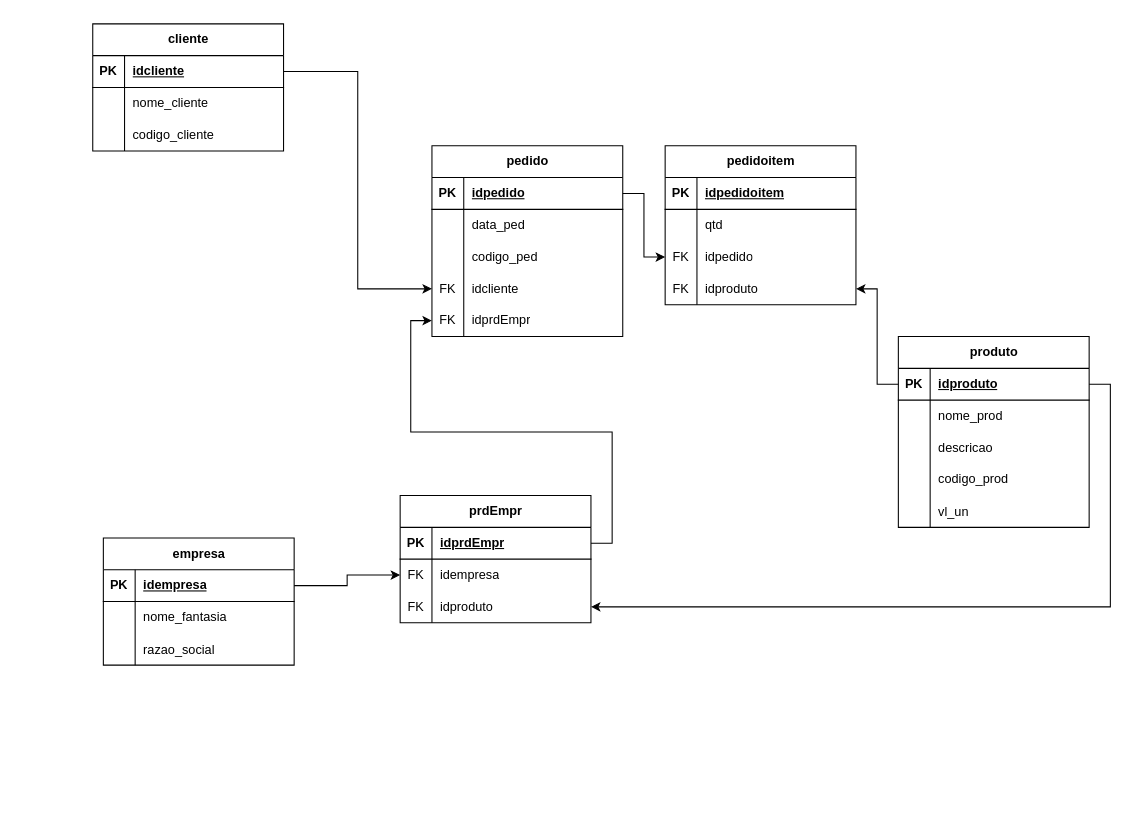
The draw.io diagram ProjetoPooGrupo3/DER BD.drawio in Monerat/SerraTec-POO-Grupo3, before the edit. Source tidied: cells renumbered, new cells numbered last; positions are measured from the earlier drawing's top-left corner, leaving out a move shared by most shapes. Both pictures are drawn from the tidied source at 106%, with x=0, y=0 at pixel (92, 23).
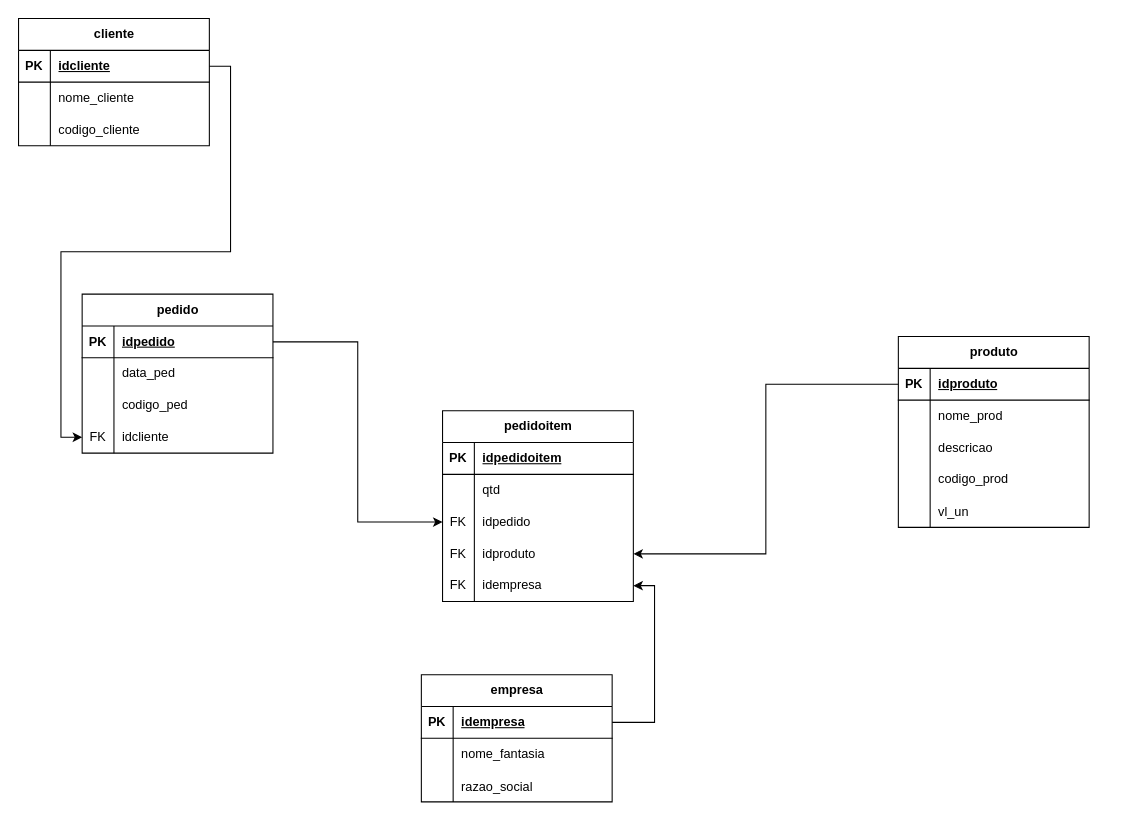
After the change.

Commit message (it also covers changes not shown here):
alterando a modelagem

The change refers to these unchanged cells:
```xml
<mxCell id="13" style="shape=tableRow;horizontal=0;startSize=0;swimlaneHead=0;swimlaneBody=0;fillColor=none;points=[[0,0.5],[1,0.5]];portConstraint=eastwest;top=0;left=0;right=0;bottom=1;" parent="12" vertex="1">
  <mxGeometry y="30" width="180" height="30" as="geometry" />
</mxCell>
<mxCell id="61" style="shape=tableRow;horizontal=0;startSize=0;swimlaneHead=0;swimlaneBody=0;fillColor=none;points=[[0,0.5],[1,0.5]];portConstraint=eastwest;top=0;left=0;right=0;bottom=1;" parent="60" vertex="1">
  <mxGeometry y="30" width="180" height="30" as="geometry" />
</mxCell>
```

Diff of the diagram source:
```diff
@@
     <mxCell id="2" value="cliente" style="shape=table;startSize=30;childLayout=tableLayout;rowLines=0;fontStyle=1;align=center;html=1;" parent="1" vertex="1">
-      <mxGeometry width="180" height="120" as="geometry" />
+      <mxGeometry x="-70" y="-5" width="180" height="120" as="geometry" />
     </mxCell>
@@
     <mxCell id="28" value="pedido" style="shape=table;startSize=30;childLayout=tableLayout;rowLines=0;fontStyle=1;align=center;html=1;" parent="1" vertex="1">
-      <mxGeometry x="320" y="115" width="180" height="180" as="geometry" />
+      <mxGeometry x="-10" y="255" width="180" height="150" as="geometry" />
     </mxCell>
@@
-    <mxCell id="41" style="shape=tableRow;horizontal=0;startSize=0;swimlaneHead=0;swimlaneBody=0;fillColor=none;points=[[0,0.5],[1,0.5]];portConstraint=eastwest;top=0;left=0;right=0;bottom=0;" parent="28" vertex="1">
-      <mxGeometry y="150" width="180" height="30" as="geometry" />
-    </mxCell>
-    <mxCell id="42" value="FK" style="shape=partialRectangle;fillColor=none;top=0;left=0;bottom=0;right=0;fontStyle=0;overflow=hidden;whiteSpace=wrap;html=1;" parent="41" vertex="1">
-      <mxGeometry width="30" height="30" as="geometry" />
-    </mxCell>
-    <mxCell id="43" value="idprdEmpr" style="shape=partialRectangle;fillColor=none;top=0;left=0;bottom=0;right=0;align=left;spacingLeft=6;fontStyle=0;overflow=hidden;whiteSpace=wrap;html=1;" parent="41" vertex="1">
-      <mxGeometry x="30" width="150" height="30" as="geometry" />
-    </mxCell>
     <mxCell id="44" value="pedidoitem" style="shape=table;startSize=30;childLayout=tableLayout;rowLines=0;fontStyle=1;align=center;html=1;" parent="1" vertex="1">
-      <mxGeometry x="540" y="115" width="180" height="150" as="geometry" />
+      <mxGeometry x="330" y="365" width="180" height="180" as="geometry" />
     </mxCell>
@@
+    <mxCell id="41" style="shape=tableRow;horizontal=0;startSize=0;swimlaneHead=0;swimlaneBody=0;fillColor=none;points=[[0,0.5],[1,0.5]];portConstraint=eastwest;top=0;left=0;right=0;bottom=0;" parent="44" vertex="1">
+      <mxGeometry y="150" width="180" height="30" as="geometry" />
+    </mxCell>
+    <mxCell id="83" value="FK" style="shape=partialRectangle;fillColor=none;top=0;left=0;bottom=0;right=0;fontStyle=0;overflow=hidden;whiteSpace=wrap;html=1;" parent="41" vertex="1">
+      <mxGeometry width="30" height="30" as="geometry" />
+    </mxCell>
+    <mxCell id="76" value="idempresa" style="shape=partialRectangle;fillColor=none;top=0;left=0;bottom=0;right=0;align=left;spacingLeft=6;fontStyle=0;overflow=hidden;whiteSpace=wrap;html=1;" parent="41" vertex="1">
+      <mxGeometry x="30" width="150" height="30" as="geometry" />
+    </mxCell>
@@
     <mxCell id="60" value="empresa" style="shape=table;startSize=30;childLayout=tableLayout;rowLines=0;fontStyle=1;align=center;html=1;" parent="1" vertex="1">
-      <mxGeometry x="10" y="485" width="180" height="120" as="geometry" />
+      <mxGeometry x="310" y="614" width="180" height="120" as="geometry" />
     </mxCell>
@@
-    <mxCell id="70" value="prdEmpr" style="shape=table;startSize=30;childLayout=tableLayout;rowLines=0;fontStyle=1;align=center;html=1;" parent="1" vertex="1">
-      <mxGeometry x="290" y="445" width="180" height="120" as="geometry" />
-    </mxCell>
-    <mxCell id="71" style="shape=tableRow;horizontal=0;startSize=0;swimlaneHead=0;swimlaneBody=0;fillColor=none;points=[[0,0.5],[1,0.5]];portConstraint=eastwest;top=0;left=0;right=0;bottom=1;" parent="70" vertex="1">
-      <mxGeometry y="30" width="180" height="30" as="geometry" />
-    </mxCell>
-    <mxCell id="72" value="PK" style="shape=partialRectangle;fillColor=none;top=0;left=0;bottom=0;right=0;fontStyle=1;overflow=hidden;whiteSpace=wrap;html=1;" parent="71" vertex="1">
-      <mxGeometry width="30" height="30" as="geometry" />
-    </mxCell>
-    <mxCell id="73" value="idprdEmpr" style="shape=partialRectangle;fillColor=none;top=0;left=0;bottom=0;right=0;align=left;spacingLeft=6;fontStyle=5;overflow=hidden;whiteSpace=wrap;html=1;" parent="71" vertex="1">
-      <mxGeometry x="30" width="150" height="30" as="geometry" />
-    </mxCell>
-    <mxCell id="74" style="shape=tableRow;horizontal=0;startSize=0;swimlaneHead=0;swimlaneBody=0;fillColor=none;points=[[0,0.5],[1,0.5]];portConstraint=eastwest;top=0;left=0;right=0;bottom=0;" parent="70" vertex="1">
-      <mxGeometry y="60" width="180" height="30" as="geometry" />
-    </mxCell>
-    <mxCell id="75" value="FK" style="shape=partialRectangle;fillColor=none;top=0;left=0;bottom=0;right=0;fontStyle=0;overflow=hidden;whiteSpace=wrap;html=1;" parent="74" vertex="1">
-      <mxGeometry width="30" height="30" as="geometry" />
-    </mxCell>
-    <mxCell id="76" value="idempresa" style="shape=partialRectangle;fillColor=none;top=0;left=0;bottom=0;right=0;align=left;spacingLeft=6;fontStyle=0;overflow=hidden;whiteSpace=wrap;html=1;" parent="74" vertex="1">
-      <mxGeometry x="30" width="150" height="30" as="geometry" />
-    </mxCell>
-    <mxCell id="77" style="shape=tableRow;horizontal=0;startSize=0;swimlaneHead=0;swimlaneBody=0;fillColor=none;points=[[0,0.5],[1,0.5]];portConstraint=eastwest;top=0;left=0;right=0;bottom=0;" parent="70" vertex="1">
-      <mxGeometry y="90" width="180" height="30" as="geometry" />
-    </mxCell>
-    <mxCell id="78" value="FK" style="shape=partialRectangle;fillColor=none;top=0;left=0;bottom=0;right=0;fontStyle=0;overflow=hidden;whiteSpace=wrap;html=1;" parent="77" vertex="1">
-      <mxGeometry width="30" height="30" as="geometry" />
-    </mxCell>
-    <mxCell id="79" value="idproduto" style="shape=partialRectangle;fillColor=none;top=0;left=0;bottom=0;right=0;align=left;spacingLeft=6;fontStyle=0;overflow=hidden;whiteSpace=wrap;html=1;" parent="77" vertex="1">
-      <mxGeometry x="30" width="150" height="30" as="geometry" />
-    </mxCell>
-    <mxCell id="80" style="edgeStyle=orthogonalEdgeStyle;rounded=0;jettySize=auto;html=1;exitX=1;exitY=0.5;exitDx=0;exitDy=0;" parent="1" edge="1" source="61" target="74">
-      <mxGeometry relative="1" as="geometry" />
-    </mxCell>
-    <mxCell id="81" style="edgeStyle=orthogonalEdgeStyle;rounded=0;jettySize=auto;html=1;exitX=1;exitY=0.5;exitDx=0;exitDy=0;entryX=1;entryY=0.5;entryDx=0;entryDy=0;" parent="1" edge="1" source="13" target="77">
-      <mxGeometry relative="1" as="geometry" />
-    </mxCell>
-    <mxCell id="82" style="edgeStyle=orthogonalEdgeStyle;rounded=0;jettySize=auto;html=1;exitX=1;exitY=0.5;exitDx=0;exitDy=0;entryX=0;entryY=0.5;entryDx=0;entryDy=0;" parent="1" edge="1" source="71" target="41">
-      <mxGeometry relative="1" as="geometry" />
-    </mxCell>
+    <mxCell id="84" style="edgeStyle=orthogonalEdgeStyle;rounded=0;jettySize=auto;html=1;exitX=1;exitY=0.5;exitDx=0;exitDy=0;entryX=1;entryY=0.5;entryDx=0;entryDy=0;" parent="1" edge="1" source="61" target="41">
+      <mxGeometry relative="1" as="geometry" />
+    </mxCell>
```
